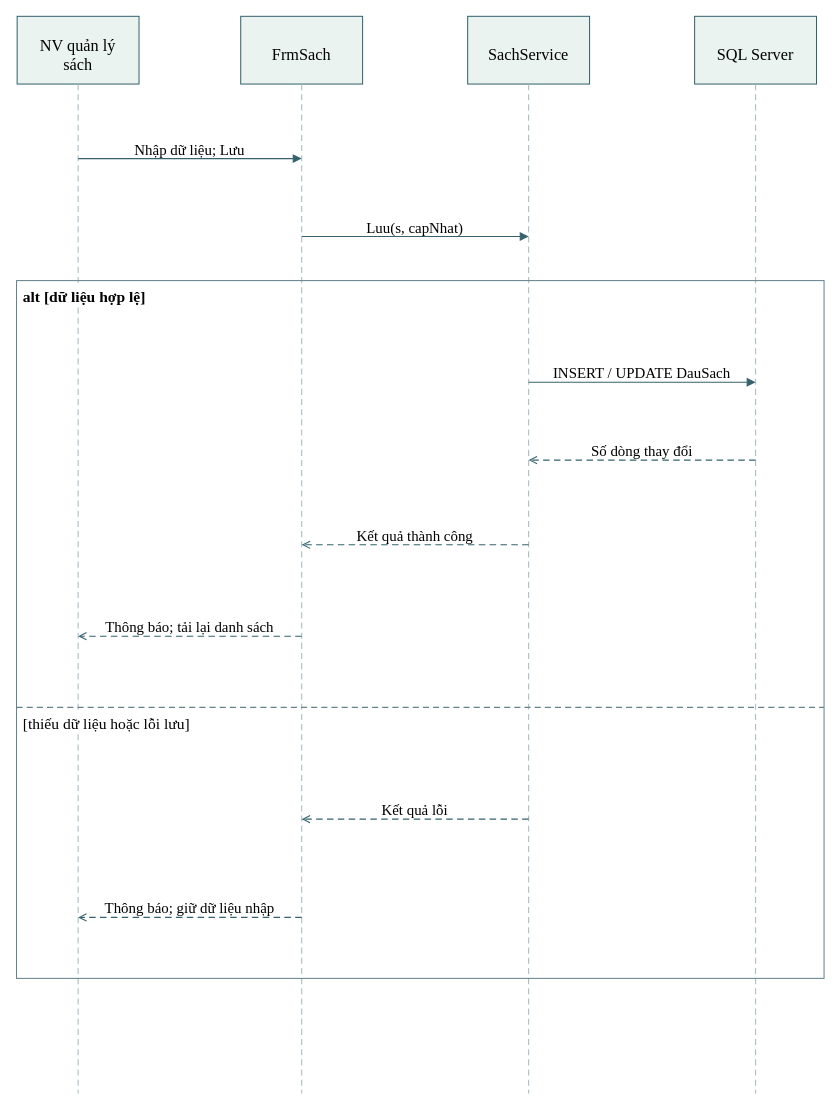
Earlier version of the draw.io diagram LAB2/UML/08_SequenceQuanLyDauSach.drawio (kanishere55/LAB_AT_OOSD). Source tidied: cells renumbered, new cells numbered last; positions are measured from the earlier drawing's top-left corner, leaving out a move shared by most shapes. Both pictures are drawn from the tidied source at 102%, with x=0, y=0 at pixel (16, 16).
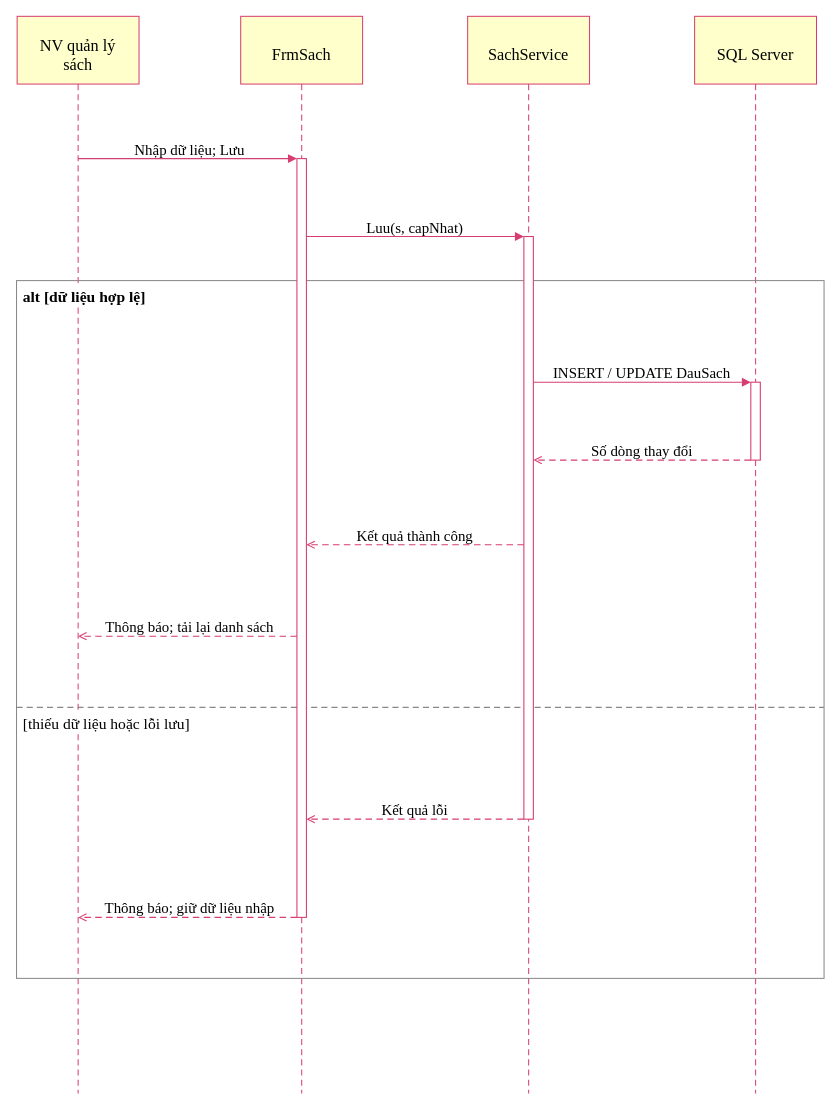
After the change.

The change refers to these unchanged cells:
```xml
<mxCell id="2" style="group;html=0;" parent="1" vertex="1">
  <mxGeometry x="0.3" y="-0.5" width="119.5" height="66.4" as="geometry" />
</mxCell>
<mxCell id="6" style="group;html=0;" parent="1" vertex="1">
  <mxGeometry x="219.5" y="-0.5" width="119.5" height="66.4" as="geometry" />
</mxCell>
<mxCell id="10" style="group;html=0;" parent="1" vertex="1">
  <mxGeometry x="442" y="-0.5" width="119.5" height="66.4" as="geometry" />
</mxCell>
<mxCell id="14" style="group;html=0;" parent="1" vertex="1">
  <mxGeometry x="664.5" y="-0.5" width="119.5" height="66.4" as="geometry" />
</mxCell>
```

Change to the diagram source:
```diff
@@
-    <mxCell id="3" style="rounded=0;arcSize=12;html=0;fillColor=#eaf3ef;strokeColor=#35626d;strokeWidth=0.996;" parent="2" vertex="1">
+    <mxCell id="3" style="rounded=0;arcSize=12;html=0;fillColor=#ffffcc;strokeColor=#d83d70;strokeWidth=0.996;" parent="2" vertex="1">
       <mxGeometry width="119.5" height="66.4" as="geometry" />
     </mxCell>
@@
-    <mxCell id="5" style="edgeStyle=none;noEdgeStyle=1;rounded=0;strokeColor=#a6b8be;strokeWidth=0.996;endArrow=none;startArrow=none;dashed=1;dashPattern=6 4;" parent="1" edge="1">
+    <mxCell id="5" style="edgeStyle=none;noEdgeStyle=1;rounded=0;strokeColor=#d83d70;strokeWidth=0.996;endArrow=none;startArrow=none;dashed=1;dashPattern=6 4;" parent="1" edge="1">
       <mxGeometry relative="1" as="geometry">
         <mxPoint x="60.1" y="65.9" as="sourcePoint" />
         <mxPoint x="60.1" y="1055.5" as="targetPoint" />
       </mxGeometry>
     </mxCell>
@@
-    <mxCell id="7" style="rounded=0;arcSize=12;html=0;fillColor=#eaf3ef;strokeColor=#35626d;strokeWidth=0.996;" parent="6" vertex="1">
+    <mxCell id="7" style="rounded=0;arcSize=12;html=0;fillColor=#ffffcc;strokeColor=#d83d70;strokeWidth=0.996;" parent="6" vertex="1">
       <mxGeometry width="119.5" height="66.4" as="geometry" />
     </mxCell>
@@
-    <mxCell id="9" style="edgeStyle=none;noEdgeStyle=1;rounded=0;strokeColor=#a6b8be;strokeWidth=0.996;endArrow=none;startArrow=none;dashed=1;dashPattern=6 4;" parent="1" edge="1">
+    <mxCell id="9" style="edgeStyle=none;noEdgeStyle=1;rounded=0;strokeColor=#d83d70;strokeWidth=0.996;endArrow=none;startArrow=none;dashed=1;dashPattern=6 4;" parent="1" edge="1">
       <mxGeometry relative="1" as="geometry">
         <mxPoint x="279.3" y="65.9" as="sourcePoint" />
         <mxPoint x="279.3" y="1055.5" as="targetPoint" />
       </mxGeometry>
     </mxCell>
@@
-    <mxCell id="11" style="rounded=0;arcSize=12;html=0;fillColor=#eaf3ef;strokeColor=#35626d;strokeWidth=0.996;" parent="10" vertex="1">
+    <mxCell id="11" style="rounded=0;arcSize=12;html=0;fillColor=#ffffcc;strokeColor=#d83d70;strokeWidth=0.996;" parent="10" vertex="1">
       <mxGeometry width="119.5" height="66.4" as="geometry" />
     </mxCell>
@@
-    <mxCell id="13" style="edgeStyle=none;noEdgeStyle=1;rounded=0;strokeColor=#a6b8be;strokeWidth=0.996;endArrow=none;startArrow=none;dashed=1;dashPattern=6 4;" parent="1" edge="1">
+    <mxCell id="13" style="edgeStyle=none;noEdgeStyle=1;rounded=0;strokeColor=#d83d70;strokeWidth=0.996;endArrow=none;startArrow=none;dashed=1;dashPattern=6 4;" parent="1" edge="1">
       <mxGeometry relative="1" as="geometry">
         <mxPoint x="501.8" y="65.9" as="sourcePoint" />
         <mxPoint x="501.8" y="1055.5" as="targetPoint" />
       </mxGeometry>
     </mxCell>
@@
-    <mxCell id="15" style="rounded=0;arcSize=12;html=0;fillColor=#eaf3ef;strokeColor=#35626d;strokeWidth=0.996;" parent="14" vertex="1">
+    <mxCell id="15" style="rounded=0;arcSize=12;html=0;fillColor=#ffffcc;strokeColor=#d83d70;strokeWidth=0.996;" parent="14" vertex="1">
       <mxGeometry width="119.5" height="66.4" as="geometry" />
     </mxCell>
@@
-    <mxCell id="17" style="edgeStyle=none;noEdgeStyle=1;rounded=0;strokeColor=#a6b8be;strokeWidth=0.996;endArrow=none;startArrow=none;dashed=1;dashPattern=6 4;" parent="1" edge="1">
+    <mxCell id="17" style="edgeStyle=none;noEdgeStyle=1;rounded=0;strokeColor=#d83d70;strokeWidth=0.996;endArrow=none;startArrow=none;dashed=1;dashPattern=6 4;" parent="1" edge="1">
       <mxGeometry relative="1" as="geometry">
         <mxPoint x="724.3" y="65.9" as="sourcePoint" />
         <mxPoint x="724.3" y="1055.5" as="targetPoint" />
       </mxGeometry>
     </mxCell>
-    <mxCell id="18" style="rounded=0;arcSize=12;html=0;fillColor=none;strokeColor=#65828c;strokeWidth=0.996;" parent="1" vertex="1">
+    <mxCell id="18" style="rounded=0;arcSize=12;html=0;fillColor=none;strokeColor=#888888;strokeWidth=0.996;" parent="1" vertex="1">
       <mxGeometry x="-0.3" y="258.6" width="791.7" height="684.1" as="geometry" />
     </mxCell>
-    <mxCell id="19" style="edgeStyle=none;noEdgeStyle=1;rounded=0;strokeColor=#65828c;strokeWidth=0.996;endArrow=none;startArrow=none;dashed=1;dashPattern=6 4;" parent="1" edge="1">
+    <mxCell id="19" style="edgeStyle=none;noEdgeStyle=1;rounded=0;strokeColor=#888888;strokeWidth=0.996;endArrow=none;startArrow=none;dashed=1;dashPattern=6 4;" parent="1" edge="1">
       <mxGeometry relative="1" as="geometry">
         <mxPoint x="-0.3" y="677" as="sourcePoint" />
         <mxPoint x="791.3" y="677" as="targetPoint" />
       </mxGeometry>
     </mxCell>
@@
+    <mxCell id="38" style="rounded=0;html=0;fillColor=#ffffff;strokeColor=#d83d70;strokeWidth=1.063;" parent="1" vertex="1">
+      <mxGeometry x="274.6" y="139" width="9.3" height="743.9" as="geometry" />
+    </mxCell>
+    <mxCell id="39" style="rounded=0;html=0;fillColor=#ffffff;strokeColor=#d83d70;strokeWidth=1.063;" parent="1" vertex="1">
+      <mxGeometry x="497.1" y="215.4" width="9.3" height="571.2" as="geometry" />
+    </mxCell>
+    <mxCell id="40" style="rounded=0;html=0;fillColor=#ffffff;strokeColor=#d83d70;strokeWidth=1.063;" parent="1" vertex="1">
+      <mxGeometry x="719.6" y="358.2" width="9.3" height="76.4" as="geometry" />
+    </mxCell>
-    <mxCell id="22" style="edgeStyle=none;noEdgeStyle=1;rounded=0;jumpStyle=arc;jumpSize=6;strokeColor=#35626d;strokeWidth=1.063;endArrow=block;endFill=1;startArrow=none;startFill=1;" parent="1" edge="1">
+    <mxCell id="22" style="edgeStyle=none;noEdgeStyle=1;rounded=0;jumpStyle=arc;jumpSize=6;strokeColor=#d83d70;strokeWidth=1.063;endArrow=block;endFill=1;startArrow=none;startFill=1;entryX=0;entryY=-0.000000140;entryPerimeter=0;" parent="1" edge="1" target="38">
       <mxGeometry relative="1" as="geometry">
         <mxPoint x="60.1" y="139" as="sourcePoint" />
-        <mxPoint x="279.3" y="139" as="targetPoint" />
       </mxGeometry>
     </mxCell>
@@
-    <mxCell id="24" style="edgeStyle=none;noEdgeStyle=1;rounded=0;jumpStyle=arc;jumpSize=6;strokeColor=#35626d;strokeWidth=1.063;endArrow=block;endFill=1;startArrow=none;startFill=1;" parent="1" edge="1">
-      <mxGeometry relative="1" as="geometry">
-        <mxPoint x="279.3" y="215.4" as="sourcePoint" />
-        <mxPoint x="501.8" y="215.4" as="targetPoint" />
-      </mxGeometry>
+    <mxCell id="24" style="edgeStyle=none;noEdgeStyle=1;rounded=0;jumpStyle=arc;jumpSize=6;strokeColor=#d83d70;strokeWidth=1.063;endArrow=block;endFill=1;startArrow=none;startFill=1;exitX=1;exitY=0.102678130;exitPerimeter=0;entryX=0;entryY=-0.000000575;entryPerimeter=0;" parent="1" edge="1" source="38" target="39">
+      <mxGeometry relative="1" as="geometry" />
     </mxCell>
@@
-    <mxCell id="26" style="edgeStyle=none;noEdgeStyle=1;rounded=0;jumpStyle=arc;jumpSize=6;strokeColor=#35626d;strokeWidth=1.063;endArrow=block;endFill=1;startArrow=none;startFill=1;" parent="1" edge="1">
-      <mxGeometry relative="1" as="geometry">
-        <mxPoint x="501.8" y="358.2" as="sourcePoint" />
-        <mxPoint x="724.3" y="358.2" as="targetPoint" />
-      </mxGeometry>
+    <mxCell id="26" style="edgeStyle=none;noEdgeStyle=1;rounded=0;jumpStyle=arc;jumpSize=6;strokeColor=#d83d70;strokeWidth=1.063;endArrow=block;endFill=1;startArrow=none;startFill=1;exitX=1;exitY=0.249999530;exitPerimeter=0;entryX=0;entryY=-0.000003517;entryPerimeter=0;" parent="1" edge="1" source="39" target="40">
+      <mxGeometry relative="1" as="geometry" />
     </mxCell>
@@
-    <mxCell id="28" style="edgeStyle=none;noEdgeStyle=1;rounded=0;jumpStyle=arc;jumpSize=6;strokeColor=#35626d;strokeWidth=1.063;endArrow=open;endFill=0;startArrow=none;startFill=1;dashed=1;dashPattern=6 4;" parent="1" edge="1">
-      <mxGeometry relative="1" as="geometry">
-        <mxPoint x="724.3" y="434.6" as="sourcePoint" />
-        <mxPoint x="501.8" y="434.6" as="targetPoint" />
-      </mxGeometry>
+    <mxCell id="28" style="edgeStyle=none;noEdgeStyle=1;rounded=0;jumpStyle=arc;jumpSize=6;strokeColor=#d83d70;strokeWidth=1.063;endArrow=open;endFill=0;startArrow=none;startFill=1;dashed=1;dashPattern=6 4;exitX=0;exitY=0.999993551;exitPerimeter=0;entryX=1;entryY=0.383720068;entryPerimeter=0;" parent="1" edge="1" source="40" target="39">
+      <mxGeometry relative="1" as="geometry" />
     </mxCell>
@@
-    <mxCell id="30" style="edgeStyle=none;noEdgeStyle=1;rounded=0;jumpStyle=arc;jumpSize=6;strokeColor=#35626d;strokeWidth=1.063;endArrow=open;endFill=0;startArrow=none;startFill=1;dashed=1;dashPattern=6 4;" parent="1" edge="1">
-      <mxGeometry relative="1" as="geometry">
-        <mxPoint x="501.8" y="517.6" as="sourcePoint" />
-        <mxPoint x="279.3" y="517.6" as="targetPoint" />
-      </mxGeometry>
+    <mxCell id="30" style="edgeStyle=none;noEdgeStyle=1;rounded=0;jumpStyle=arc;jumpSize=6;strokeColor=#d83d70;strokeWidth=1.063;endArrow=open;endFill=0;startArrow=none;startFill=1;dashed=1;dashPattern=6 4;exitX=0;exitY=0.529069088;exitPerimeter=0;entryX=1;entryY=0.508928050;entryPerimeter=0;" parent="1" edge="1" source="39" target="38">
+      <mxGeometry relative="1" as="geometry" />
     </mxCell>
@@
-    <mxCell id="32" style="edgeStyle=none;noEdgeStyle=1;rounded=0;jumpStyle=arc;jumpSize=6;strokeColor=#35626d;strokeWidth=1.063;endArrow=open;endFill=0;startArrow=none;startFill=1;dashed=1;dashPattern=6 4;" parent="1" edge="1">
+    <mxCell id="32" style="edgeStyle=none;noEdgeStyle=1;rounded=0;jumpStyle=arc;jumpSize=6;strokeColor=#d83d70;strokeWidth=1.063;endArrow=open;endFill=0;startArrow=none;startFill=1;dashed=1;dashPattern=6 4;exitX=0;exitY=0.629463002;exitPerimeter=0;" parent="1" edge="1" source="38">
       <mxGeometry relative="1" as="geometry">
-        <mxPoint x="279.3" y="607.2" as="sourcePoint" />
         <mxPoint x="60.1" y="607.2" as="targetPoint" />
       </mxGeometry>
     </mxCell>
@@
-    <mxCell id="34" style="edgeStyle=none;noEdgeStyle=1;rounded=0;jumpStyle=arc;jumpSize=6;strokeColor=#35626d;strokeWidth=1.063;endArrow=open;endFill=0;startArrow=none;startFill=1;dashed=1;dashPattern=6 4;" parent="1" edge="1">
-      <mxGeometry relative="1" as="geometry">
-        <mxPoint x="501.8" y="786.6" as="sourcePoint" />
-        <mxPoint x="279.3" y="786.6" as="targetPoint" />
-      </mxGeometry>
+    <mxCell id="34" style="edgeStyle=none;noEdgeStyle=1;rounded=0;jumpStyle=arc;jumpSize=6;strokeColor=#d83d70;strokeWidth=1.063;endArrow=open;endFill=0;startArrow=none;startFill=1;dashed=1;dashPattern=6 4;exitX=0;exitY=0.999998092;exitPerimeter=0;entryX=1;entryY=0.870534250;entryPerimeter=0;" parent="1" edge="1" source="39" target="38">
+      <mxGeometry relative="1" as="geometry" />
     </mxCell>
@@
-    <mxCell id="36" style="edgeStyle=none;noEdgeStyle=1;rounded=0;jumpStyle=arc;jumpSize=6;strokeColor=#35626d;strokeWidth=1.063;endArrow=open;endFill=0;startArrow=none;startFill=1;dashed=1;dashPattern=6 4;" parent="1" edge="1">
+    <mxCell id="36" style="edgeStyle=none;noEdgeStyle=1;rounded=0;jumpStyle=arc;jumpSize=6;strokeColor=#d83d70;strokeWidth=1.063;endArrow=open;endFill=0;startArrow=none;startFill=1;dashed=1;dashPattern=6 4;exitX=0;exitY=0.999999559;exitPerimeter=0;" parent="1" edge="1" source="38">
       <mxGeometry relative="1" as="geometry">
-        <mxPoint x="279.3" y="882.9" as="sourcePoint" />
         <mxPoint x="60.1" y="882.9" as="targetPoint" />
       </mxGeometry>
     </mxCell>
```
